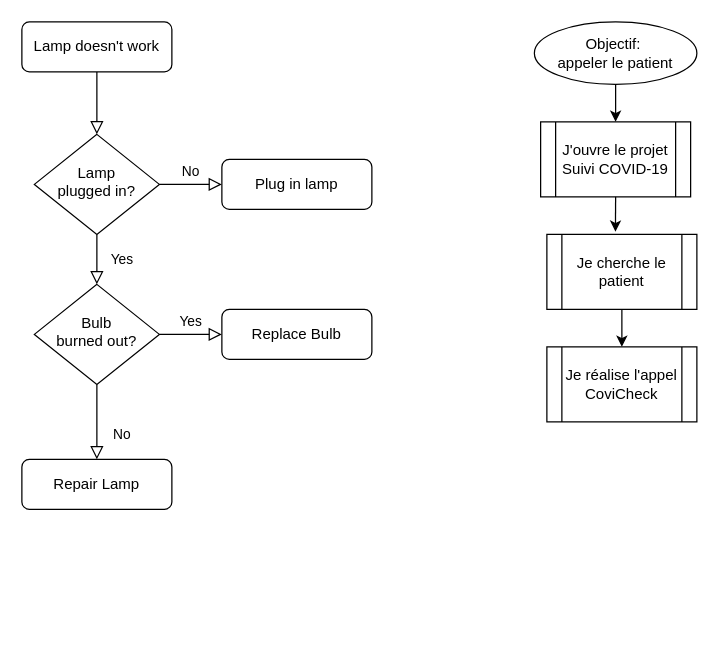
Above: _posts/Untitled Diagram.drawio in Helena-Zuk/github-slideshow (draw.io), before the change. Source tidied: cells renumbered, new cells numbered last; positions are measured from the earlier drawing's top-left corner, leaving out a move shared by most shapes. Both pictures are drawn from the tidied source at 125%, with x=0, y=0 at pixel (21, 21).
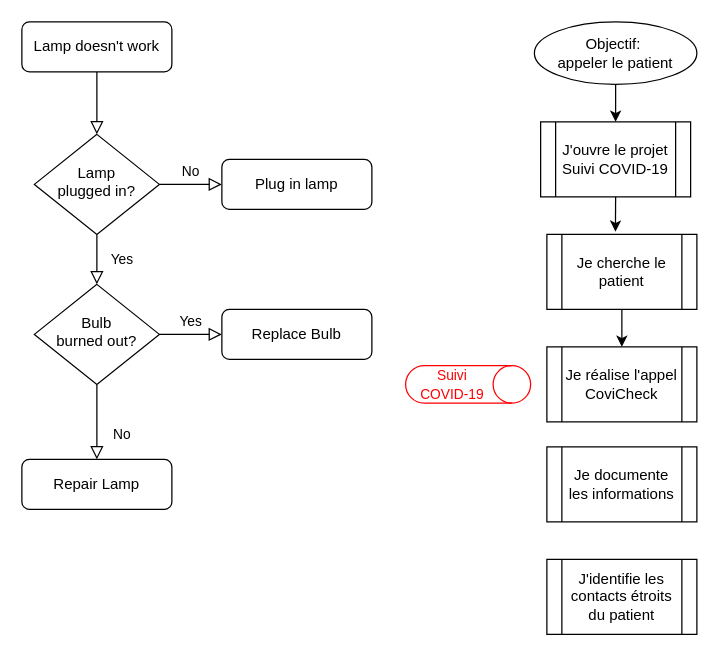
The same diagram, later.

What changed in the source:
```diff
@@
+    <mxCell id="20" value="Je documente les informations" style="shape=process;whiteSpace=wrap;html=1;backgroundOutline=1;" parent="1" vertex="1">
+      <mxGeometry x="420" y="340" width="120" height="60" as="geometry" />
+    </mxCell>
+    <mxCell id="21" value="J'identifie les contacts étroits du patient" style="shape=process;whiteSpace=wrap;html=1;backgroundOutline=1;" parent="1" vertex="1">
+      <mxGeometry x="420" y="430" width="120" height="60" as="geometry" />
+    </mxCell>
+    <mxCell id="22" value="&lt;font style=&quot;font-size: 11px&quot; color=&quot;#ff0000&quot;&gt;Suivi COVID-19&lt;/font&gt;" style="shape=cylinder3;whiteSpace=wrap;html=1;boundedLbl=1;backgroundOutline=1;size=15;direction=south;strokeColor=#FF0000;" parent="1" vertex="1">
+      <mxGeometry x="307" y="275" width="100" height="30" as="geometry" />
+    </mxCell>
```
